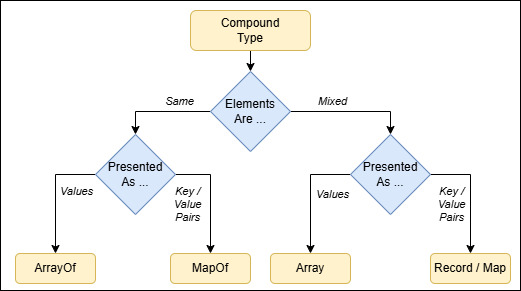
The draw.io diagram images/JADN-Compound-Type-Decision-Tree.drawio.png in oasis-tcs/openc2-jadn-im, before a commit. Source tidied: cells renumbered, new cells last; positions are measured from the earlier drawing's top-left corner, leaving out a move shared by most shapes.
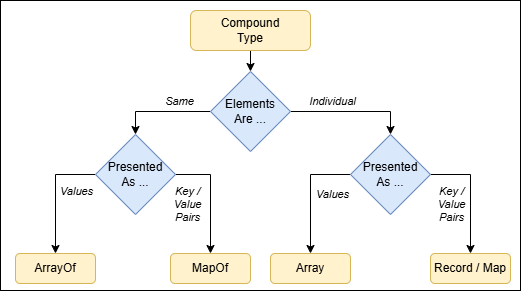
Above is the later version.

Commit message:
remove table 3-8, replace w/fig 3-8X, adjust surrounding language

Change to the diagram source:
```diff
@@ -19,7 +19,7 @@
         </Array>
       </mxGeometry>
     </mxCell>
-    <mxCell id="7" value="Mixed" style="edgeLabel;html=1;align=center;verticalAlign=middle;fontStyle=2;" parent="6" vertex="1">
+    <mxCell id="7" value="Individual" style="edgeLabel;html=1;align=center;verticalAlign=middle;fontStyle=2;" parent="6" vertex="1">
       <mxGeometry x="-0.33" y="-3" relative="1" as="geometry">
         <mxPoint y="-14" as="offset" />
       </mxGeometry>
```
